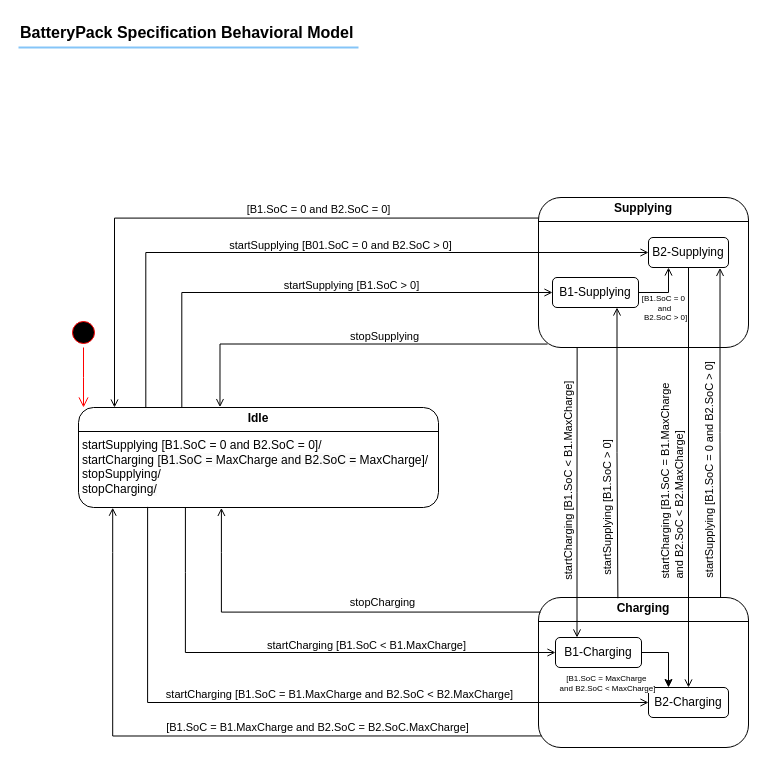
Mohammad-Si/convide-A02-MVE keeps this draw.io diagram as version/4/KobrA_Specification-Behavioral-Model_BatteryPack.drawio. Above is the earlier version. Source tidied: cells renumbered, new cells numbered last; positions are measured from the earlier drawing's top-left corner, leaving out a move shared by most shapes. Both pictures are drawn from the tidied source at 100%, with x=0, y=0 at pixel (18, 17).
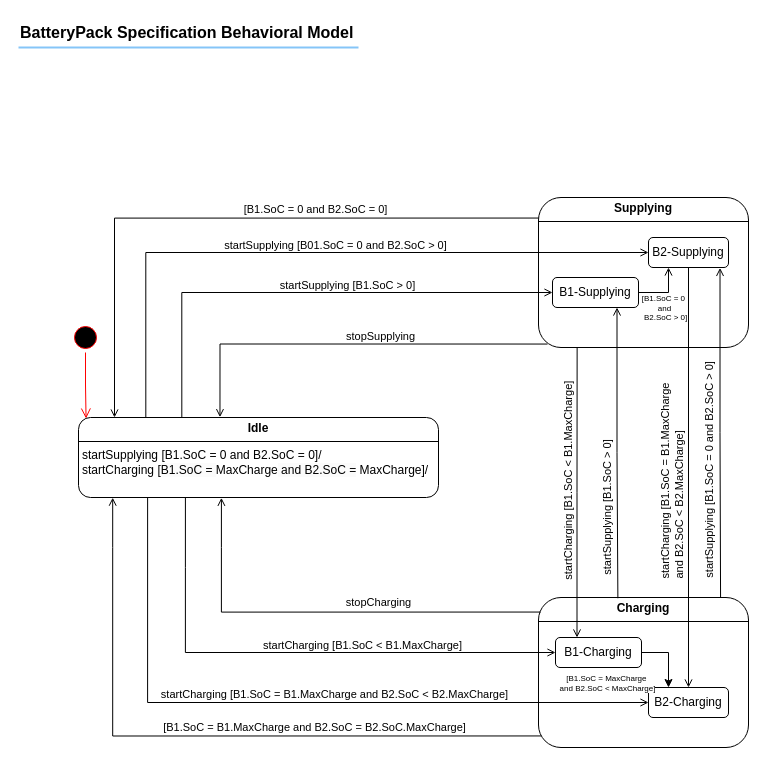
Above is the later version.

Commit message:
removing uselesss methods

The edit, as a diff of the source:
```diff
@@
     <mxCell id="4" style="ellipse;html=1;shape=startState;fillColor=#000000;strokeColor=#ff0000;" parent="1" vertex="1">
-      <mxGeometry x="50" y="300" width="30" height="30" as="geometry" />
+      <mxGeometry x="52" y="305" width="30" height="30" as="geometry" />
     </mxCell>
-    <mxCell id="5" style="edgeStyle=orthogonalEdgeStyle;html=1;verticalAlign=bottom;endArrow=open;endSize=8;strokeColor=#ff0000;rounded=0;entryX=0.5;entryY=0;entryDx=0;entryDy=0;" parent="1" edge="1" source="4">
-      <mxGeometry relative="1" as="geometry">
-        <mxPoint x="65" y="390" as="targetPoint" />
-      </mxGeometry>
+    <mxCell id="5" style="edgeStyle=orthogonalEdgeStyle;html=1;verticalAlign=bottom;endArrow=open;endSize=8;strokeColor=#ff0000;rounded=0;entryX=0.021;entryY=0.013;entryDx=0;entryDy=0;entryPerimeter=0;" parent="1" edge="1" source="4" target="6">
+      <mxGeometry relative="1" as="geometry" />
     </mxCell>
-    <mxCell id="6" value="&lt;p style=&quot;margin:0px;margin-top:4px;text-align:center;&quot;&gt;&lt;b&gt;Idle&lt;/b&gt;&lt;/p&gt;&lt;hr size=&quot;1&quot; style=&quot;border-style:solid;&quot;&gt;&lt;p style=&quot;margin: 0px 0px 0px 4px;&quot;&gt;startSupplying [B1.SoC = 0 and B2.SoC = 0]/&lt;/p&gt;&lt;p style=&quot;margin: 0px 0px 0px 4px;&quot;&gt;&lt;span style=&quot;color: light-dark(rgb(0, 0, 0), rgb(255, 255, 255)); background-color: transparent;&quot;&gt;startCharging&lt;/span&gt;&lt;span style=&quot;text-align: center; text-wrap-mode: nowrap; background-color: rgb(255, 255, 255);&quot;&gt;&amp;nbsp;[&lt;span style=&quot;text-align: left; text-wrap-mode: wrap; background-color: rgb(251, 251, 251);&quot;&gt;B1.SoC =&amp;nbsp;&lt;/span&gt;MaxCharge&lt;span style=&quot;text-align: left; text-wrap-mode: wrap; background-color: rgb(251, 251, 251);&quot;&gt;&amp;nbsp;and B2.SoC =&lt;/span&gt;&amp;nbsp;MaxCharge]/&lt;/span&gt;&lt;/p&gt;&lt;p style=&quot;margin: 0px 0px 0px 4px;&quot;&gt;&lt;span style=&quot;background-color: transparent; color: light-dark(rgb(0, 0, 0), rgb(255, 255, 255));&quot;&gt;stopSupplying&lt;/span&gt;/&lt;/p&gt;&lt;p style=&quot;margin: 0px 0px 0px 4px;&quot;&gt;&lt;span style=&quot;color: light-dark(rgb(0, 0, 0), rgb(255, 255, 255)); background-color: rgb(255, 255, 255);&quot;&gt;stopCharging&lt;/span&gt;&lt;span style=&quot;background-color: light-dark(rgb(251, 251, 251), rgb(21, 21, 21)); color: light-dark(rgb(0, 0, 0), rgb(255, 255, 255));&quot;&gt;/&lt;/span&gt;&lt;/p&gt;&lt;p style=&quot;margin:0px;margin-left:4px;&quot;&gt;&lt;br&gt;&lt;/p&gt;&lt;p style=&quot;margin:0px;margin-left:4px;&quot;&gt;&lt;br&gt;&lt;/p&gt;" style="verticalAlign=top;align=left;overflow=fill;html=1;whiteSpace=wrap;rounded=1;" parent="1" vertex="1">
-      <mxGeometry x="60" y="390" width="360" height="100" as="geometry" />
+    <mxCell id="6" value="&lt;p style=&quot;margin:0px;margin-top:4px;text-align:center;&quot;&gt;&lt;b&gt;Idle&lt;/b&gt;&lt;/p&gt;&lt;hr size=&quot;1&quot; style=&quot;border-style:solid;&quot;&gt;&lt;p style=&quot;margin: 0px 0px 0px 4px;&quot;&gt;startSupplying [B1.SoC = 0 and B2.SoC = 0]/&lt;/p&gt;&lt;p style=&quot;margin: 0px 0px 0px 4px;&quot;&gt;&lt;span style=&quot;color: light-dark(rgb(0, 0, 0), rgb(255, 255, 255)); background-color: transparent;&quot;&gt;startCharging&lt;/span&gt;&lt;span style=&quot;text-align: center; text-wrap-mode: nowrap; background-color: rgb(255, 255, 255);&quot;&gt;&amp;nbsp;[&lt;span style=&quot;text-align: left; text-wrap-mode: wrap; background-color: rgb(251, 251, 251);&quot;&gt;B1.SoC =&amp;nbsp;&lt;/span&gt;MaxCharge&lt;span style=&quot;text-align: left; text-wrap-mode: wrap; background-color: rgb(251, 251, 251);&quot;&gt;&amp;nbsp;and B2.SoC =&lt;/span&gt;&amp;nbsp;MaxCharge]/&lt;/span&gt;&lt;/p&gt;&lt;p style=&quot;margin: 0px 0px 0px 4px;&quot;&gt;&lt;br&gt;&lt;/p&gt;&lt;p style=&quot;margin:0px;margin-left:4px;&quot;&gt;&lt;br&gt;&lt;/p&gt;&lt;p style=&quot;margin:0px;margin-left:4px;&quot;&gt;&lt;br&gt;&lt;/p&gt;" style="verticalAlign=top;align=left;overflow=fill;html=1;whiteSpace=wrap;rounded=1;" parent="1" vertex="1">
+      <mxGeometry x="60" y="400" width="360" height="80" as="geometry" />
     </mxCell>
```
